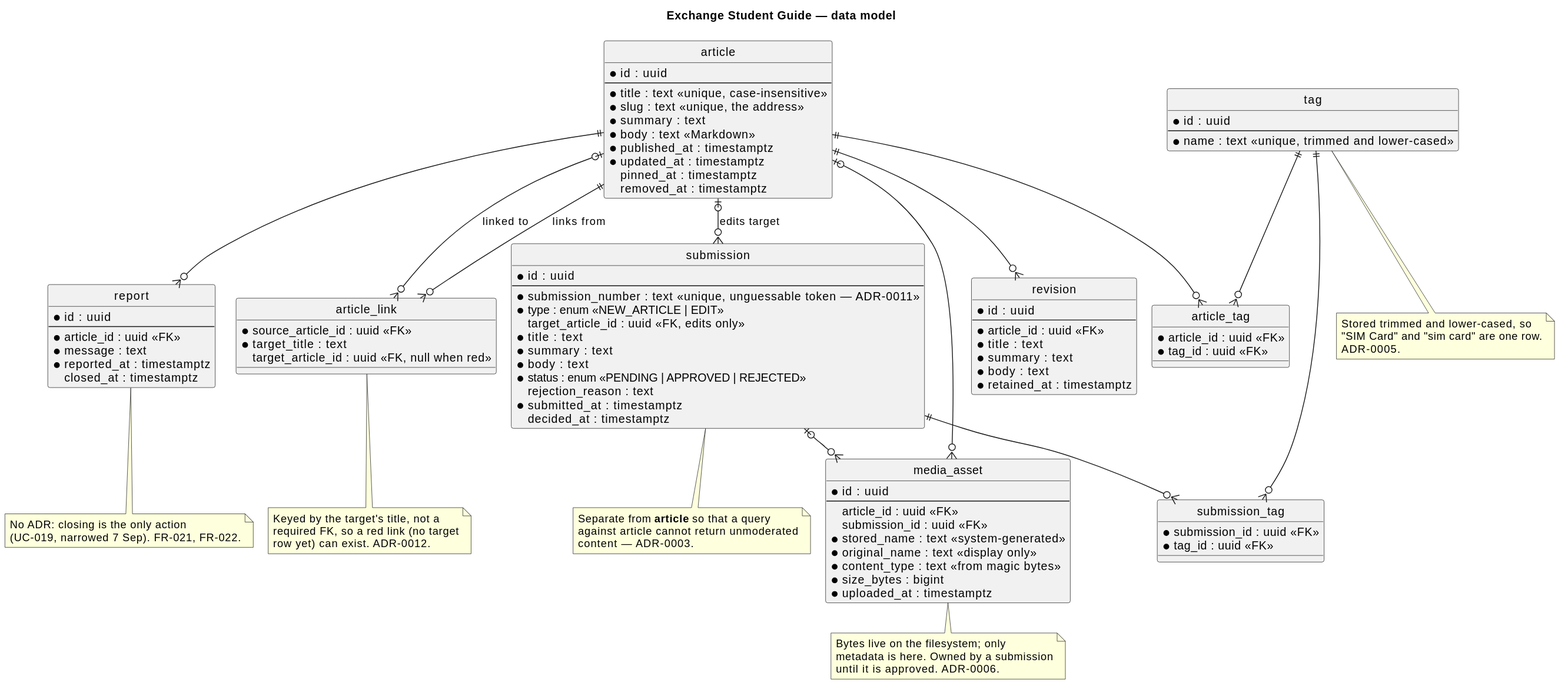
Before: docs/diagrams/out/erd.svg, a diagram exported from PlantUML (rikire/Exchange-Student-Guide-Platform). Its diagram source:
```plantuml
@startuml
!pragma layout smetana
hide circle
skinparam linetype ortho

title Exchange Student Guide — data model

entity "article" as article {
  * id : uuid
  --
  * title : text <<unique, case-insensitive>>
  * slug : text <<unique, the address>>
  * summary : text
  * body : text <<Markdown>>
  * published_at : timestamptz
  * updated_at : timestamptz
  pinned_at : timestamptz
  removed_at : timestamptz
}

entity "submission" as submission {
  * id : uuid
  --
  * submission_number : text <<unique, unguessable token — ADR-0011>>
  * type : enum <<NEW_ARTICLE | EDIT>>
  target_article_id : uuid <<FK, edits only>>
  * title : text
  * summary : text
  * body : text
  * status : enum <<PENDING | APPROVED | REJECTED>>
  rejection_reason : text
  * submitted_at : timestamptz
  decided_at : timestamptz
}

entity "revision" as revision {
  * id : uuid
  --
  * article_id : uuid <<FK>>
  * title : text
  * summary : text
  * body : text
  * retained_at : timestamptz
}

entity "tag" as tag {
  * id : uuid
  --
  * name : text <<unique, trimmed and lower-cased>>
}

entity "article_tag" as article_tag {
  * article_id : uuid <<FK>>
  * tag_id : uuid <<FK>>
}

entity "submission_tag" as submission_tag {
  * submission_id : uuid <<FK>>
  * tag_id : uuid <<FK>>
}

entity "media_asset" as media_asset {
  * id : uuid
  --
  article_id : uuid <<FK>>
  submission_id : uuid <<FK>>
  * stored_name : text <<system-generated>>
  * original_name : text <<display only>>
  * content_type : text <<from magic bytes>>
  * size_bytes : bigint
  * uploaded_at : timestamptz
}

entity "report" as report {
  * id : uuid
  --
  * article_id : uuid <<FK>>
  * message : text
  * reported_at : timestamptz
  closed_at : timestamptz
}

entity "article_link" as article_link {
  * source_article_id : uuid <<FK>>
  * target_title : text
  target_article_id : uuid <<FK, null when red>>
}

article ||--o{ article_tag
tag ||--o{ article_tag
submission ||--o{ submission_tag
tag ||--o{ submission_tag
article ||--o{ revision
article |o--o{ submission : "edits target"
article |o--o{ media_asset
submission |o--o{ media_asset
article ||--o{ report
article ||--o{ article_link : "links from"
article |o--o{ article_link : "linked to"

note bottom of submission
  Separate from **article** so that a query
  against article cannot return unmoderated
  content — ADR-0003.
end note

note bottom of tag
  Stored trimmed and lower-cased, so
  "SIM Card" and "sim card" are one row.
  ADR-0005.
end note

note bottom of media_asset
  Bytes live on the filesystem; only
  metadata is here. Owned by a submission
  until it is approved. ADR-0006.
end note

note bottom of article_link
  Keyed by the target's title, not a
  required FK, so a red link (no target
  row yet) can exist. ADR-0012.
end note

note bottom of report
  No ADR: closing is the only action
  (UC-019, narrowed 7 Sep). FR-021, FR-022.
end note
@enduml
```
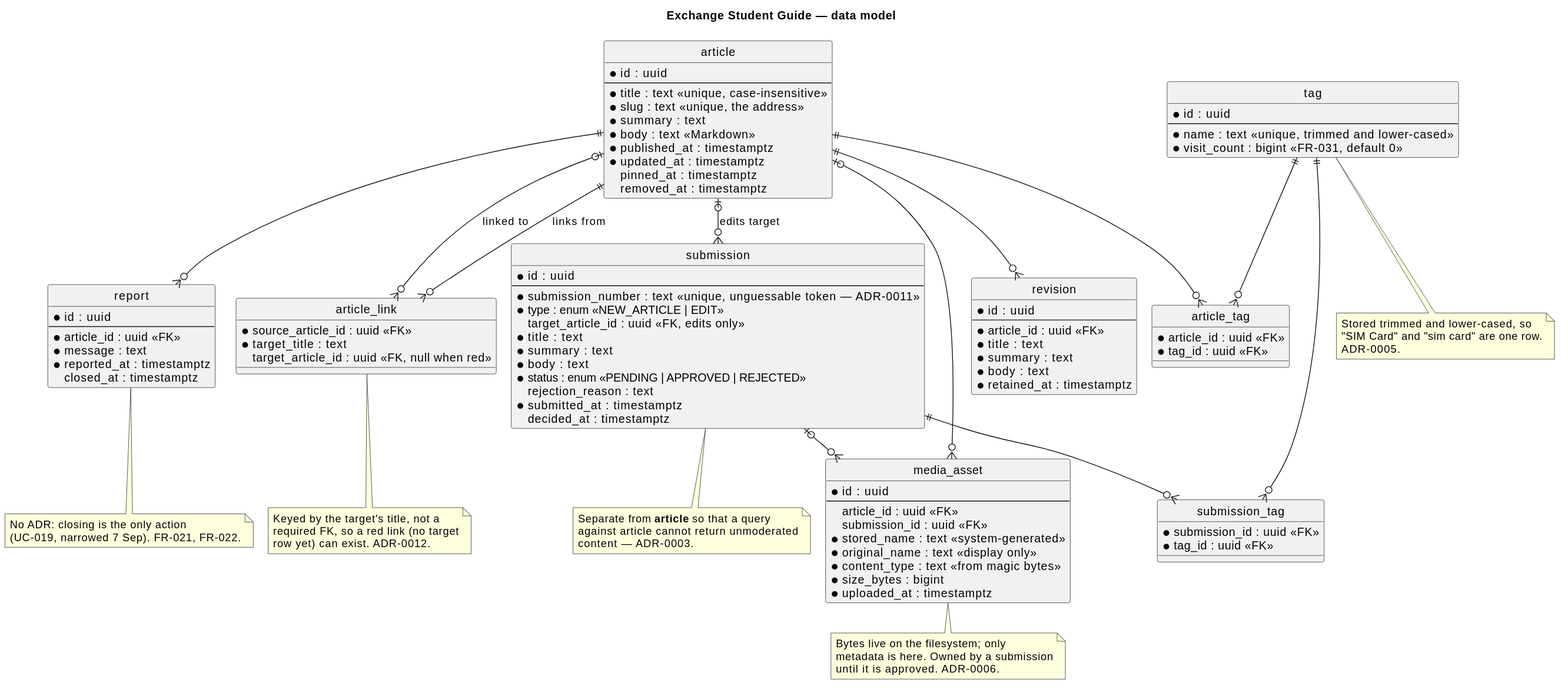
After the commit.

What changed in the source:
```diff
@@ -47,6 +47,7 @@
   * id : uuid
   --
   * name : text <<unique, trimmed and lower-cased>>
+  * visit_count : bigint <<FR-031, default 0>>
 }
 
 entity "article_tag" as article_tag {
```
